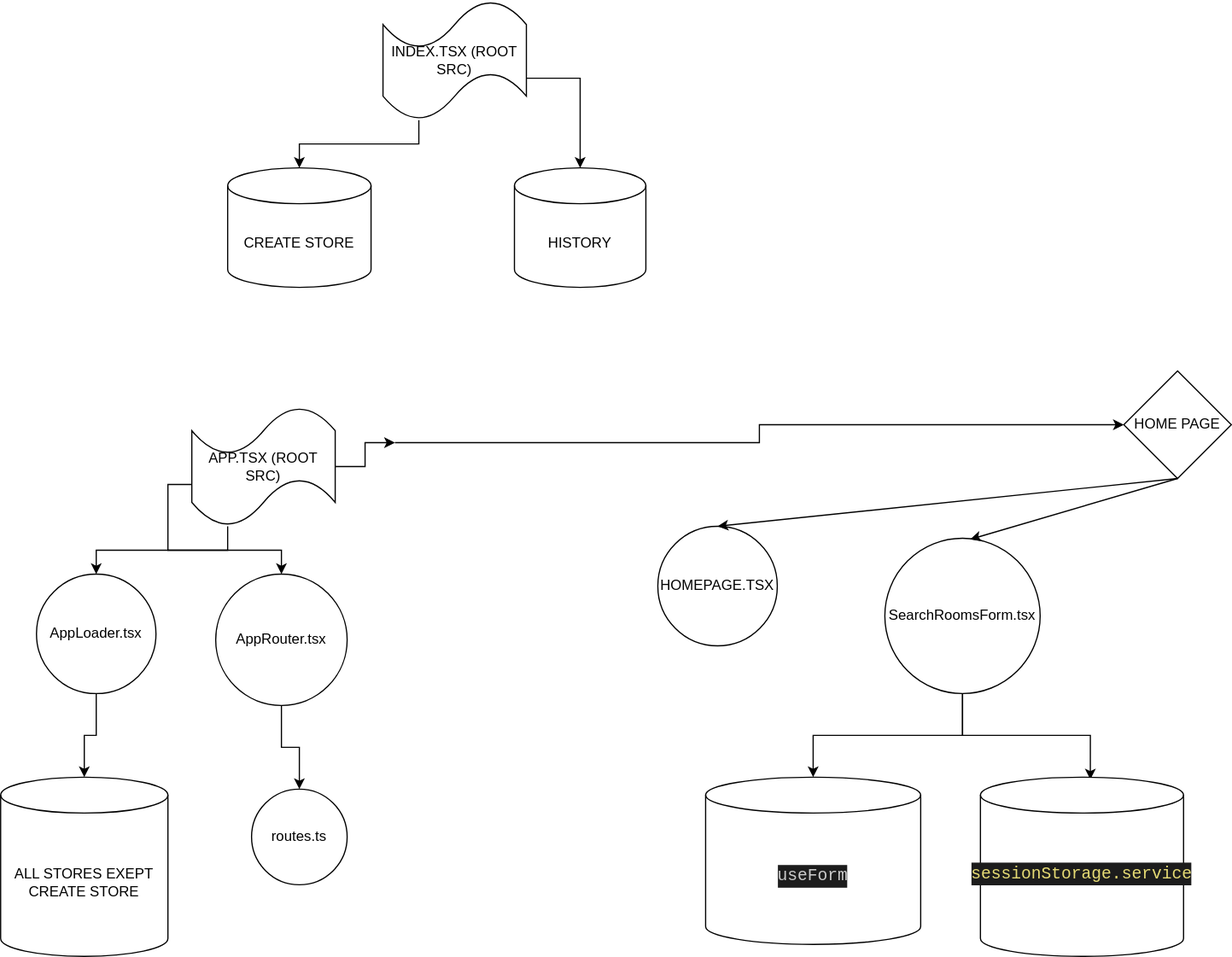
Earlier version of the draw.io export HOME PAGE FLOW.drawio.svg (sourisooo/BOOKING-PROJET-2). Source tidied: cells renumbered, new cells last; positions are measured from the earlier drawing's top-left corner, leaving out a move shared by most shapes.
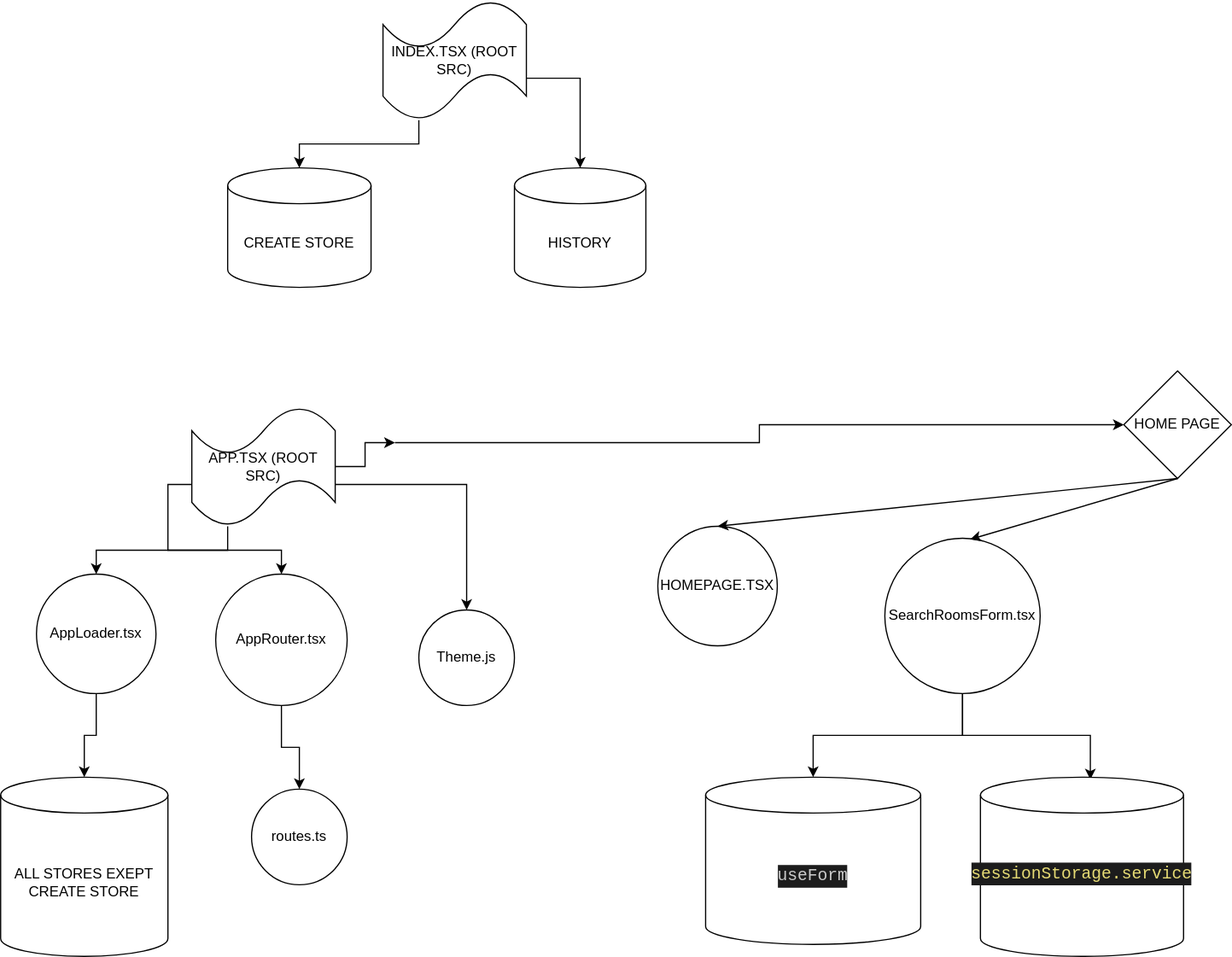
Later version of the same file.

Commit message:
Mettre à jour HOME PAGE FLOW.drawio.svg

What changed in the source:
```diff
@@ -45,6 +45,9 @@
     <mxCell id="14" style="edgeStyle=orthogonalEdgeStyle;rounded=0;jettySize=auto;html=1;exitX=0;exitY=0.65;exitDx=0;exitDy=0;exitPerimeter=0;entryX=0.5;entryY=0;entryDx=0;entryDy=0;" parent="1" edge="1" source="15" target="19">
       <mxGeometry relative="1" as="geometry" />
     </mxCell>
+    <mxCell id="28" style="edgeStyle=orthogonalEdgeStyle;rounded=0;jettySize=auto;html=1;exitX=1;exitY=0.65;exitDx=0;exitDy=0;exitPerimeter=0;entryX=0.5;entryY=0;entryDx=0;entryDy=0;" parent="1" edge="1" source="15" target="29">
+      <mxGeometry relative="1" as="geometry" />
+    </mxCell>
     <mxCell id="15" value="APP.TSX (ROOT SRC)" style="shape=tape;whiteSpace=wrap;html=1;" parent="1" vertex="1">
       <mxGeometry x="160" y="340" width="120" height="100" as="geometry" />
     </mxCell>
@@ -84,5 +87,8 @@
     <mxCell id="27" style="edgeStyle=orthogonalEdgeStyle;rounded=0;orthogonalLoop=1;jettySize=auto;html=1;exitX=0.5;exitY=1;exitDx=0;exitDy=0;exitPerimeter=0;" parent="1" edge="1" source="26" target="26">
       <mxGeometry relative="1" as="geometry" />
     </mxCell>
+    <mxCell id="29" value="Theme.js&lt;br&gt;" style="ellipse;whiteSpace=wrap;html=1;" parent="1" vertex="1">
+      <mxGeometry x="350" y="510" width="80" height="80" as="geometry" />
+    </mxCell>
   </root>
 </mxGraphModel>
```
